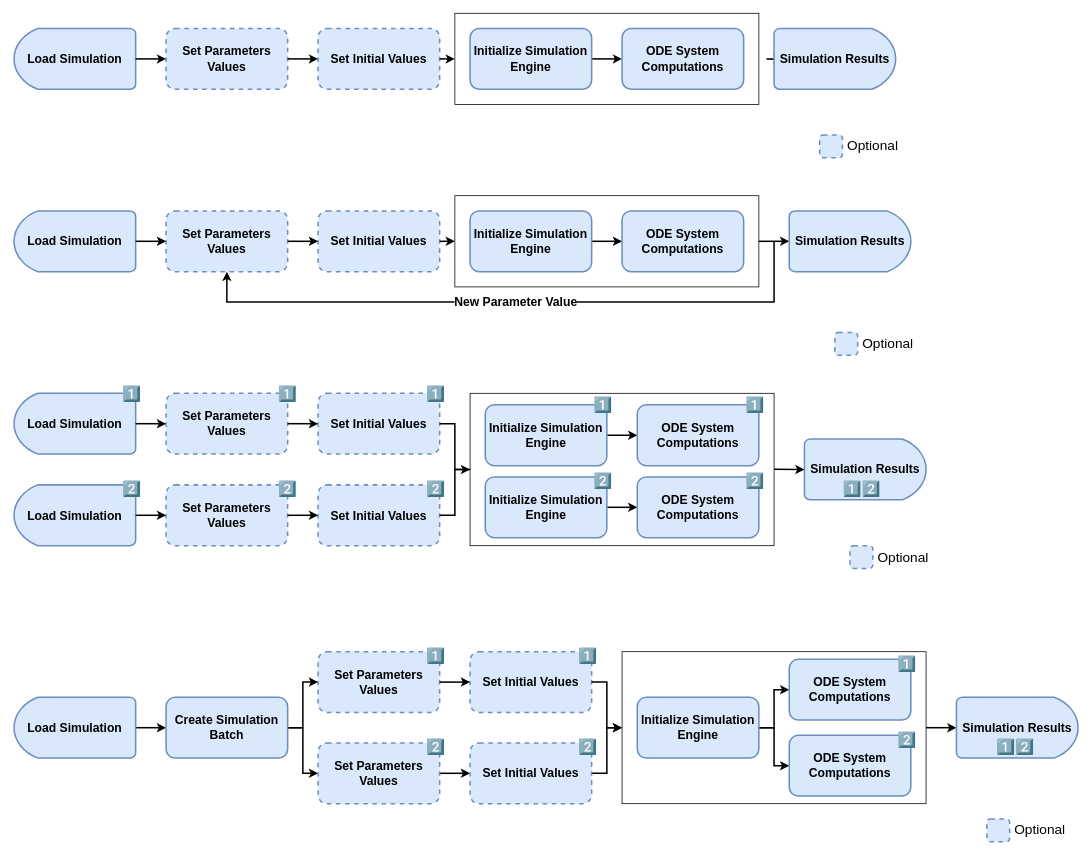
Earlier version of the draw.io diagram vignettes/images/simulation_lifecycle_flowcharts.drawio (Open-Systems-Pharmacology/OSPSuite-R). Source tidied: cells renumbered, new cells numbered last; positions are measured from the earlier drawing's top-left corner, leaving out a move shared by most shapes. Both pictures are drawn from the tidied source at 76%, with x=0, y=0 at pixel (14, 13).
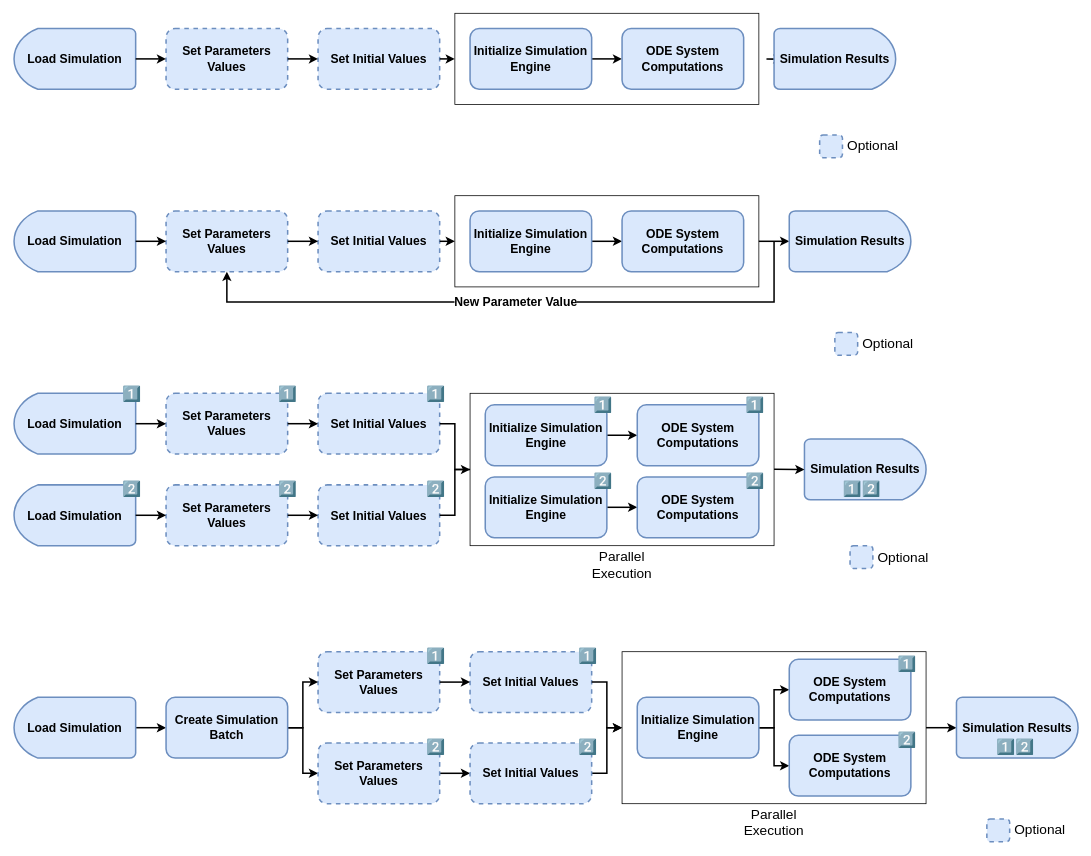
Above is the later version.

Commit message (it also covers changes not shown here):
Add "parallel execution" label + pkgdown::build_article("efficient-calculations") + Add image source file in buildignore

Diff of the diagram source:
```diff
@@
+    <mxCell id="97" value="Parallel Execution" style="text;html=1;strokeColor=none;fillColor=none;align=center;verticalAlign=middle;whiteSpace=wrap;rounded=0;fontSize=18;" parent="1" vertex="1">
+      <mxGeometry x="735" y="711" width="130" height="29" as="geometry" />
+    </mxCell>
+    <mxCell id="98" value="Parallel Execution" style="text;html=1;strokeColor=none;fillColor=none;align=center;verticalAlign=middle;whiteSpace=wrap;rounded=0;fontSize=18;" parent="1" vertex="1">
+      <mxGeometry x="935" y="1050" width="130" height="29" as="geometry" />
+    </mxCell>
```
